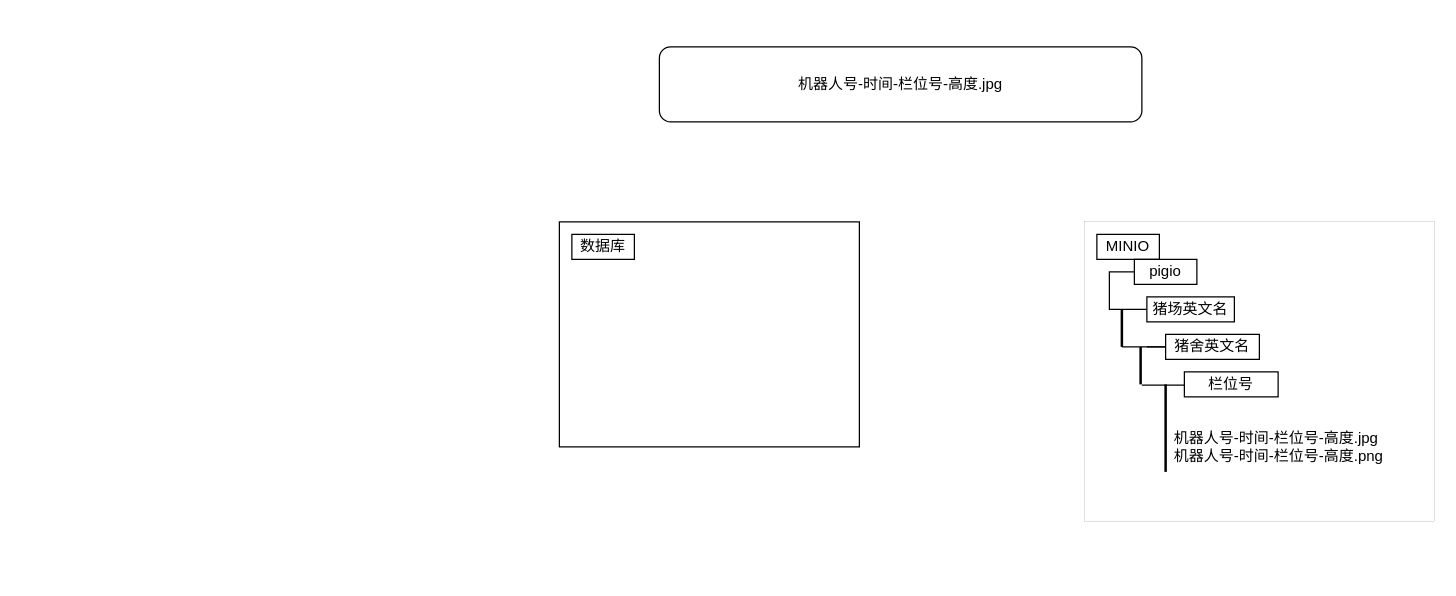
yzy1421/Amateur-women-basketball-in-China keeps this draw.io diagram as figure/未命名绘图.drawio. Above is the earlier version. Source tidied: cells renumbered, new cells numbered last; positions are measured from the earlier drawing's top-left corner, leaving out a move shared by most shapes. Both pictures are drawn from the tidied source at 125%, with x=0, y=0 at pixel (559, 46).
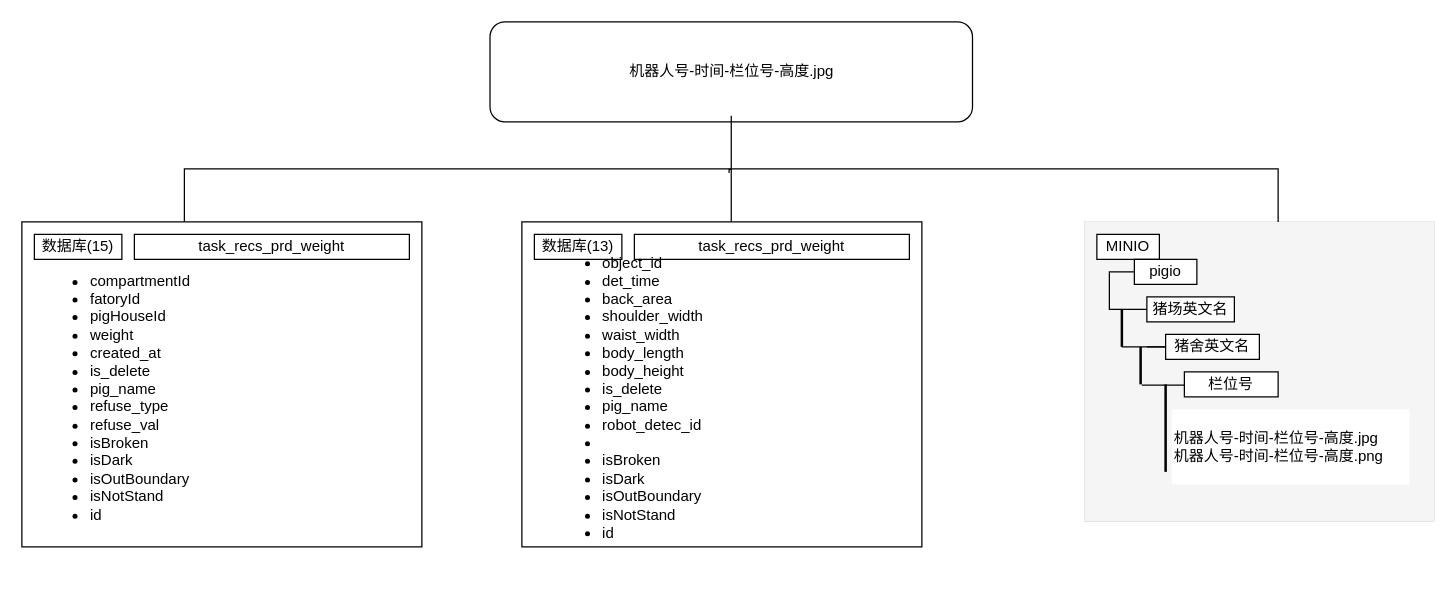
After the change.

Commit message:
更新未命名绘图.drawio

Diff of the diagram source:
```diff
@@
+    <mxCell id="3" style="rounded=0;whiteSpace=wrap;html=1;shadow=0;glass=0;sketch=0;" parent="1" vertex="1">
+      <mxGeometry x="-30" y="140" width="320" height="260" as="geometry" />
+    </mxCell>
     <mxCell id="2" value="机器人号-时间-栏位号-高度.jpg" style="rounded=1;whiteSpace=wrap;html=1;glass=0;shadow=0;sketch=0;" parent="1" vertex="1">
-      <mxGeometry x="80" width="386" height="60" as="geometry" />
+      <mxGeometry x="-55.5" y="-20" width="386" height="80" as="geometry" />
     </mxCell>
-    <mxCell id="3" style="rounded=0;whiteSpace=wrap;html=1;shadow=0;glass=0;sketch=0;" parent="1" vertex="1">
-      <mxGeometry y="140" width="240" height="180" as="geometry" />
-    </mxCell>
-    <mxCell id="4" style="rounded=0;whiteSpace=wrap;html=1;shadow=0;glass=0;sketch=0;strokeWidth=0;" parent="1" vertex="1">
+    <mxCell id="4" style="rounded=0;whiteSpace=wrap;html=1;shadow=0;glass=0;sketch=0;strokeWidth=0;fillColor=#f5f5f5;fontColor=#333333;strokeColor=#666666;" parent="1" vertex="1">
       <mxGeometry x="420" y="140" width="280" height="240" as="geometry" />
     </mxCell>
-    <mxCell id="5" value="数据库" style="rounded=0;whiteSpace=wrap;html=1;shadow=0;glass=0;sketch=0;" parent="1" vertex="1">
-      <mxGeometry x="10" y="150" width="50" height="20" as="geometry" />
+    <mxCell id="5" value="数据库(13)" style="rounded=0;whiteSpace=wrap;html=1;shadow=0;glass=0;sketch=0;" parent="1" vertex="1">
+      <mxGeometry x="-20" y="150" width="70" height="20" as="geometry" />
     </mxCell>
@@
+    <mxCell id="20" value="task_recs_prd_weight" style="rounded=0;whiteSpace=wrap;html=1;shadow=0;glass=0;sketch=0;strokeColor=#000000;strokeWidth=1;fontSize=12;" parent="1" vertex="1">
+      <mxGeometry x="60" y="150" width="220" height="20" as="geometry" />
+    </mxCell>
+    <mxCell id="21" style="rounded=0;whiteSpace=wrap;html=1;shadow=0;glass=0;sketch=0;" parent="1" vertex="1">
+      <mxGeometry x="-430" y="140" width="320" height="260" as="geometry" />
+    </mxCell>
+    <mxCell id="22" value="数据库(15)" style="rounded=0;whiteSpace=wrap;html=1;shadow=0;glass=0;sketch=0;" parent="1" vertex="1">
+      <mxGeometry x="-420" y="150" width="70" height="20" as="geometry" />
+    </mxCell>
+    <mxCell id="23" value="task_recs_prd_weight" style="rounded=0;whiteSpace=wrap;html=1;shadow=0;glass=0;sketch=0;strokeColor=#000000;strokeWidth=1;fontSize=12;" parent="1" vertex="1">
+      <mxGeometry x="-340" y="150" width="220" height="20" as="geometry" />
+    </mxCell>
+    <mxCell id="24" style="strokeWidth=1;html=1;shape=mxgraph.flowchart.annotation_2;align=left;labelPosition=right;rounded=1;shadow=0;glass=0;sketch=0;strokeColor=#000000;fontSize=12;fillColor=#000000;rotation=90;" parent="1" vertex="1">
+      <mxGeometry x="95" y="-340" width="85" height="875" as="geometry" />
+    </mxCell>
+    <mxCell id="25" style="edgeStyle=orthogonalEdgeStyle;rounded=0;orthogonalLoop=1;jettySize=auto;html=1;exitX=1;exitY=0.5;exitDx=0;exitDy=0;exitPerimeter=0;entryX=0.541;entryY=0.502;entryDx=0;entryDy=0;entryPerimeter=0;fontSize=12;endArrow=none;endFill=0;" parent="1" edge="1" source="24" target="24">
+      <mxGeometry relative="1" as="geometry">
+        <Array as="points">
+          <mxPoint x="138" y="98" />
+          <mxPoint x="136" y="98" />
+        </Array>
+      </mxGeometry>
+    </mxCell>
+    <mxCell id="26" value="&lt;div style=&quot;text-align: left;&quot;&gt;&lt;ul&gt;&lt;li&gt;&lt;span style=&quot;background-color: initial;&quot;&gt;compartmentId&lt;/span&gt;&lt;/li&gt;&lt;li&gt;&lt;span style=&quot;background-color: initial;&quot;&gt;fatoryId&lt;/span&gt;&lt;/li&gt;&lt;li&gt;&lt;span style=&quot;background-color: initial;&quot;&gt;pigHouseId&lt;/span&gt;&lt;/li&gt;&lt;li&gt;&lt;span style=&quot;background-color: initial;&quot;&gt;weight&lt;/span&gt;&lt;/li&gt;&lt;li&gt;created_at&lt;/li&gt;&lt;li&gt;is_delete&lt;/li&gt;&lt;li&gt;pig_name&lt;/li&gt;&lt;li&gt;refuse_type&lt;/li&gt;&lt;li&gt;refuse_val&lt;/li&gt;&lt;li&gt;isBroken&lt;/li&gt;&lt;li&gt;isDark&lt;/li&gt;&lt;li&gt;isOutBoundary&lt;/li&gt;&lt;li&gt;isNotStand&lt;/li&gt;&lt;li&gt;id&lt;/li&gt;&lt;/ul&gt;&lt;/div&gt;&lt;div style=&quot;text-align: left;&quot;&gt;&lt;br&gt;&lt;/div&gt;&lt;div style=&quot;text-align: justify;&quot;&gt;&lt;/div&gt;" style="rounded=0;whiteSpace=wrap;html=1;shadow=0;glass=0;sketch=0;strokeColor=#FFFFFF;" parent="1" vertex="1">
+      <mxGeometry x="-420" y="180" width="130" height="215" as="geometry" />
+    </mxCell>
+    <mxCell id="27" value="&lt;div style=&quot;text-align: left;&quot;&gt;&lt;ul&gt;&lt;li&gt;&lt;span style=&quot;background-color: initial;&quot;&gt;object_id&lt;/span&gt;&lt;/li&gt;&lt;li&gt;det_time&lt;/li&gt;&lt;li&gt;back_area&lt;/li&gt;&lt;li&gt;shoulder_width&lt;/li&gt;&lt;li&gt;waist_width&lt;/li&gt;&lt;li&gt;body_length&lt;/li&gt;&lt;li&gt;body_height&lt;/li&gt;&lt;li&gt;is_delete&lt;/li&gt;&lt;li&gt;pig_name&lt;/li&gt;&lt;li&gt;robot_detec_id&lt;/li&gt;&lt;li&gt;&lt;br&gt;&lt;/li&gt;&lt;li&gt;isBroken&lt;/li&gt;&lt;li&gt;isDark&lt;/li&gt;&lt;li&gt;isOutBoundary&lt;/li&gt;&lt;li&gt;isNotStand&lt;/li&gt;&lt;li&gt;id&lt;/li&gt;&lt;/ul&gt;&lt;/div&gt;&lt;div style=&quot;text-align: left;&quot;&gt;&lt;br&gt;&lt;/div&gt;&lt;div style=&quot;text-align: justify;&quot;&gt;&lt;/div&gt;" style="rounded=0;whiteSpace=wrap;html=1;shadow=0;glass=0;sketch=0;strokeColor=#FFFFFF;" parent="1" vertex="1">
+      <mxGeometry x="-10" y="180" width="130" height="215" as="geometry" />
+    </mxCell>
```
